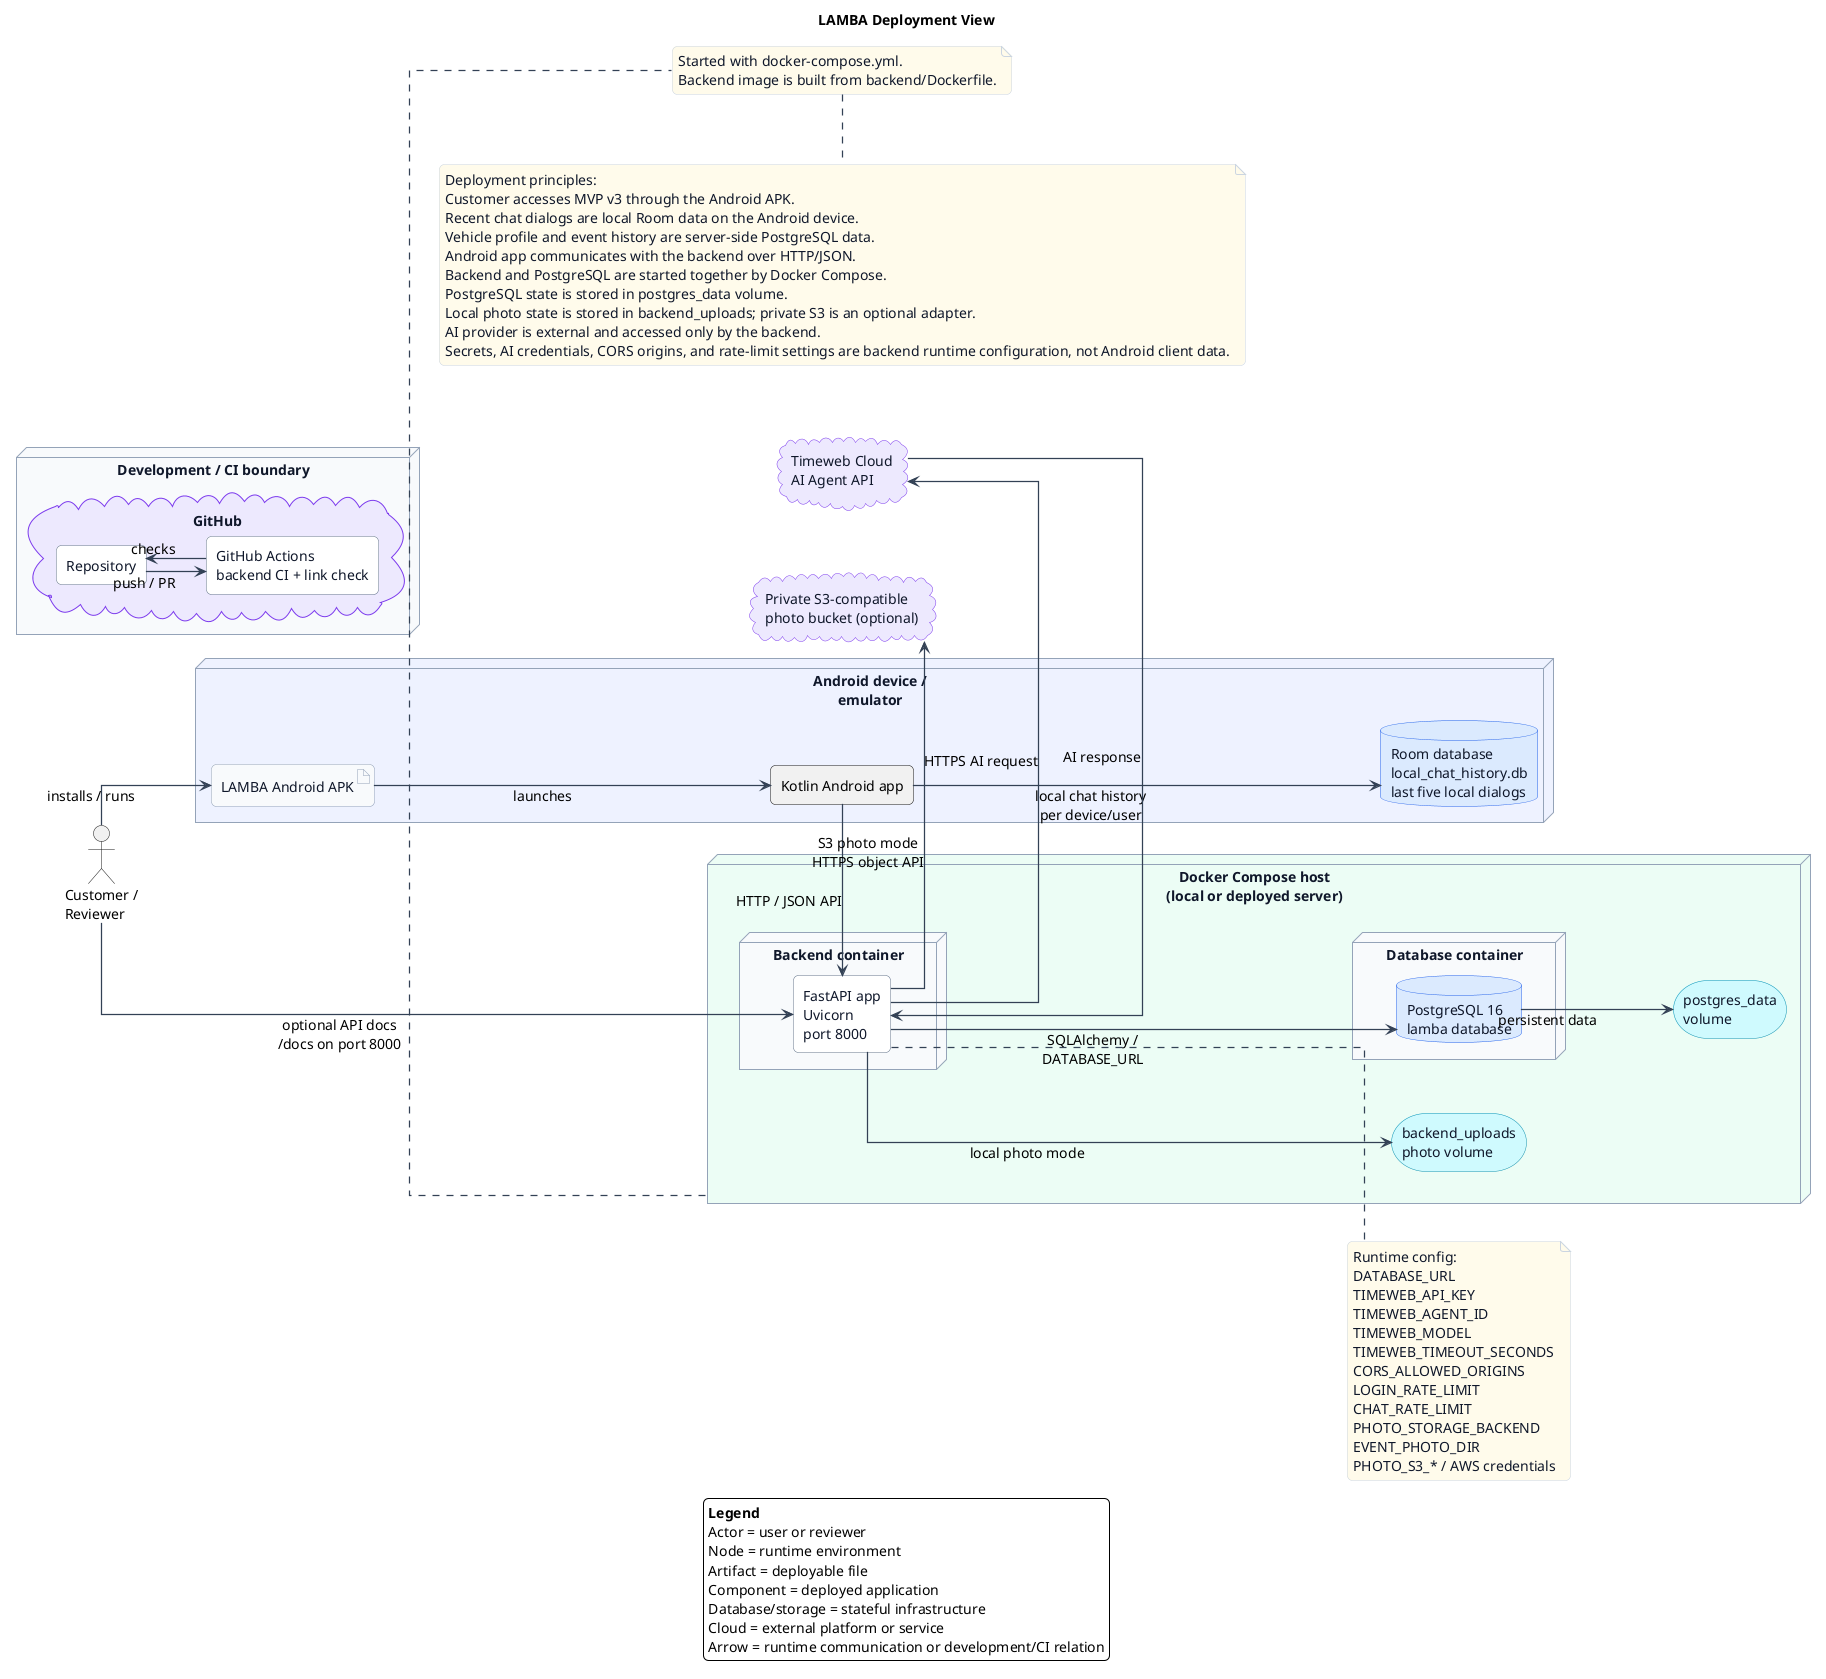
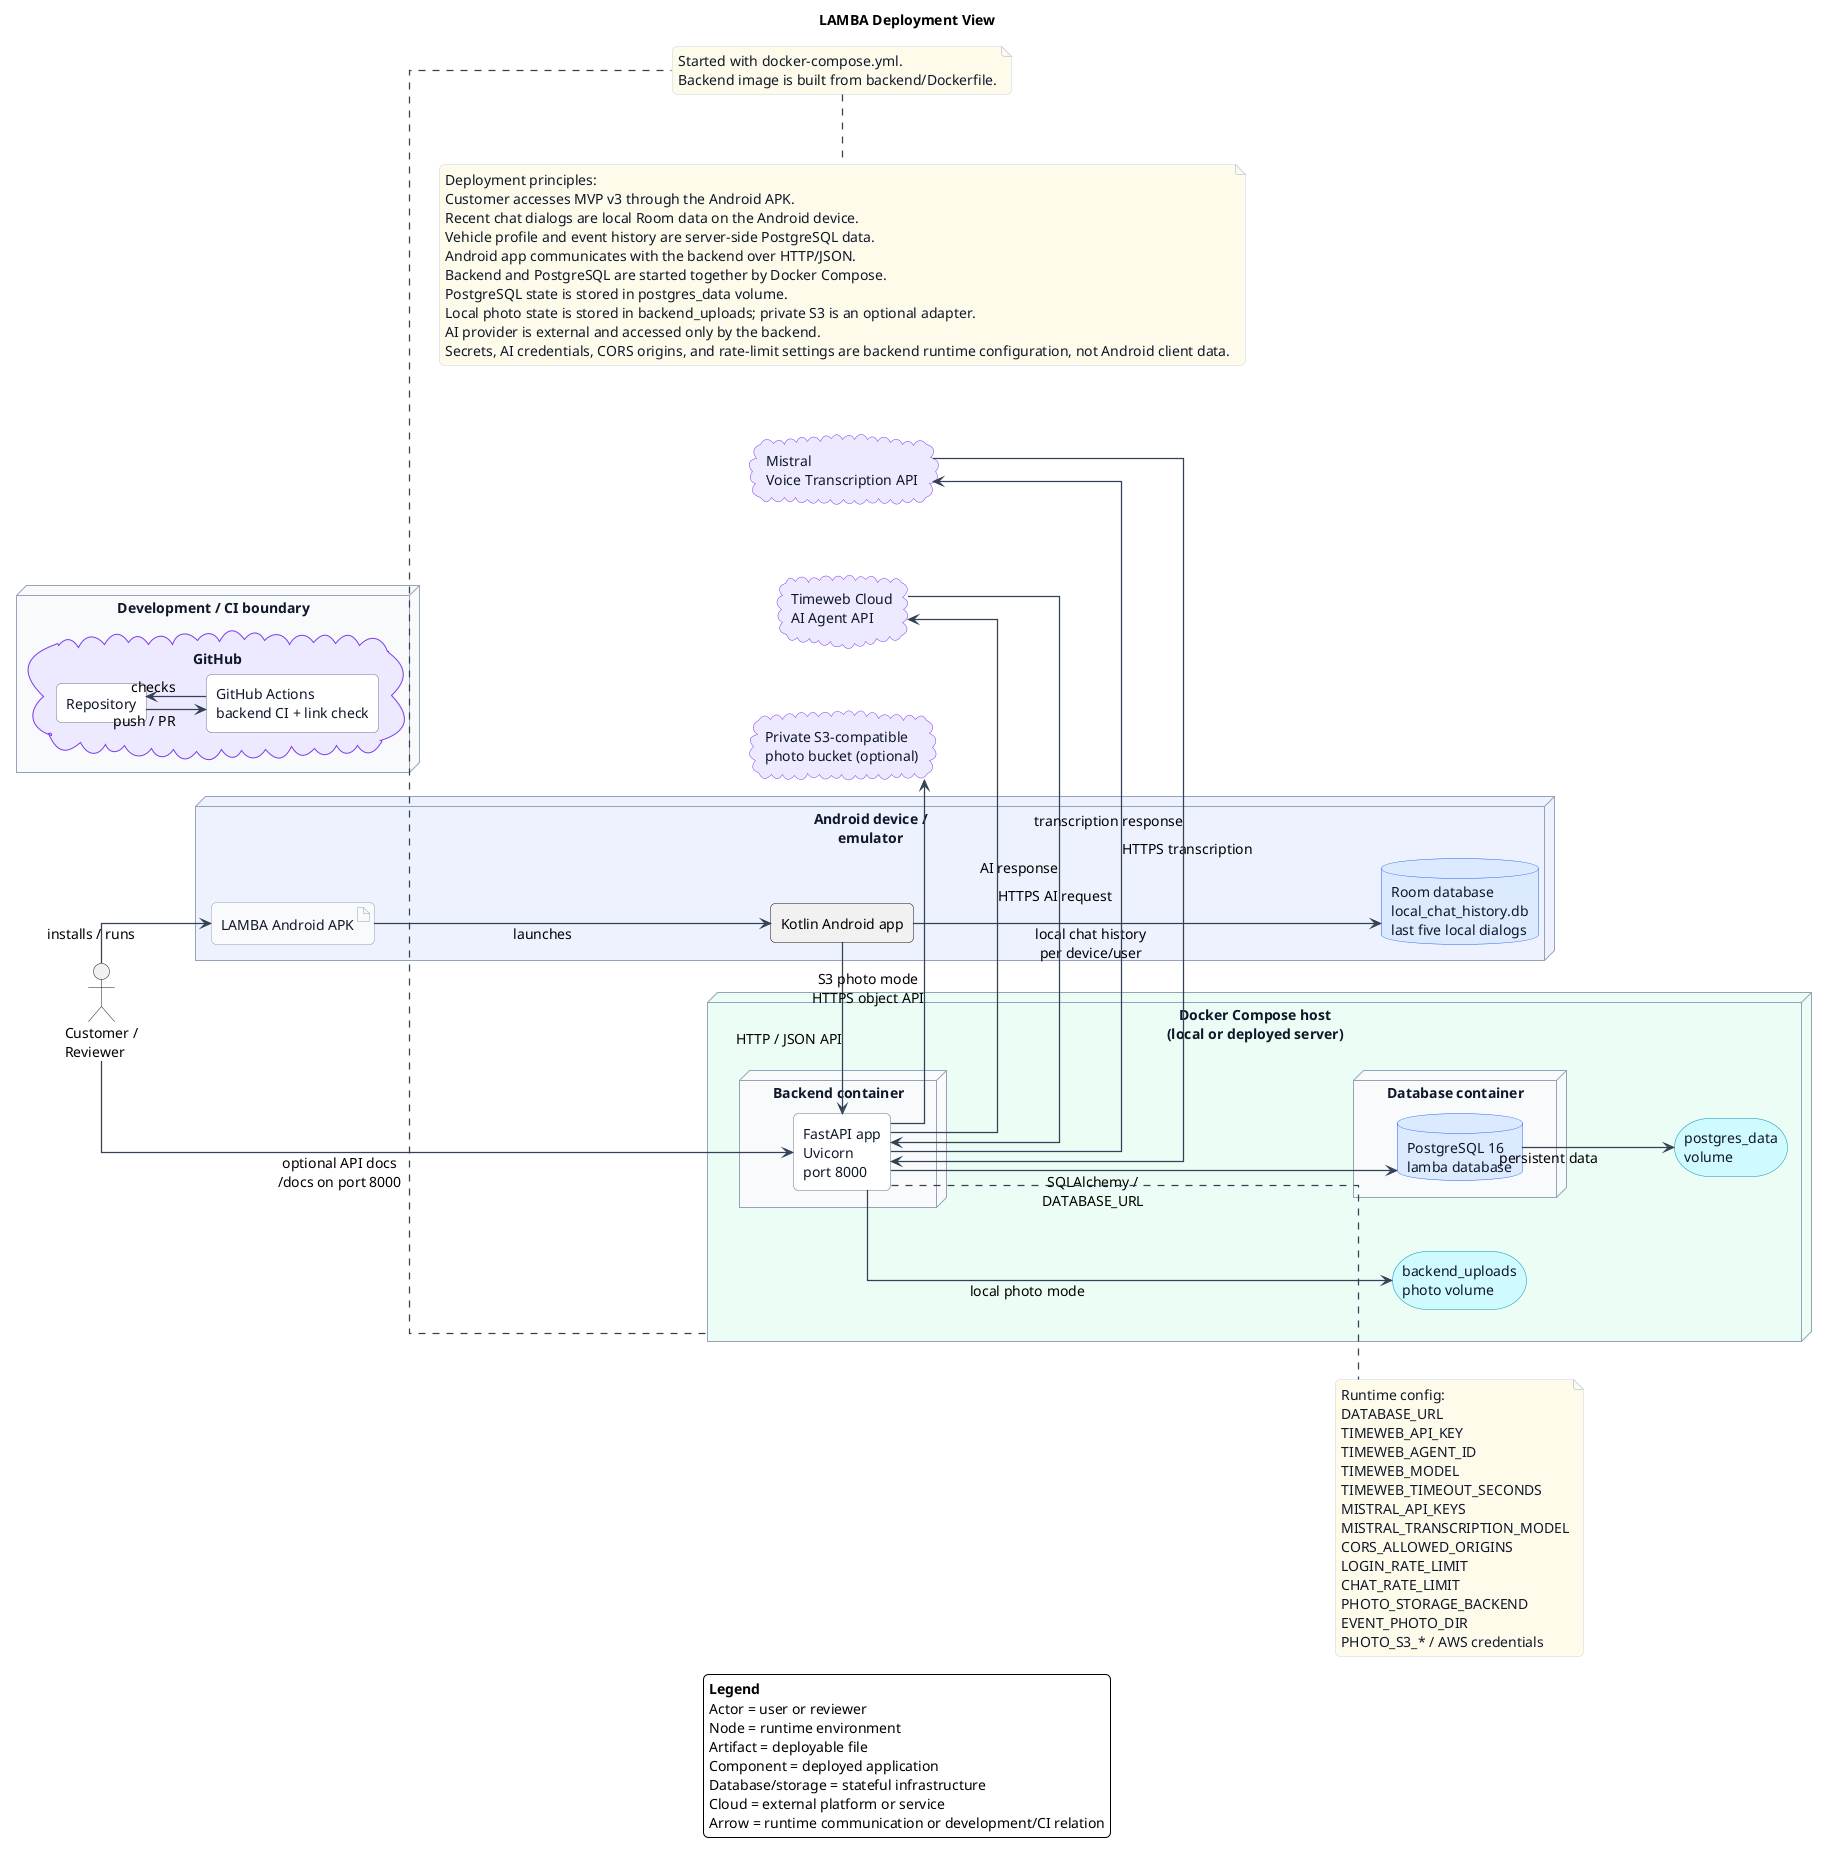
@startuml
title LAMBA Deployment View

left to right direction

skinparam shadowing false
skinparam backgroundColor #FFFFFF
skinparam defaultFontName Arial
skinparam defaultFontSize 14
skinparam componentStyle rectangle
skinparam linetype ortho
skinparam nodesep 70
skinparam ranksep 60
skinparam ArrowColor #334155
skinparam ArrowThickness 1.25
skinparam roundcorner 10

skinparam node {
  BorderColor #94A3B8
  BackgroundColor #F8FAFC
  FontColor #0F172A
}
skinparam database {
  BorderColor #2563EB
  BackgroundColor #DBEAFE
  FontColor #0F172A
}
skinparam cloud {
  BorderColor #7C3AED
  BackgroundColor #EDE9FE
  FontColor #0F172A
}
skinparam artifact {
  BorderColor #94A3B8
  BackgroundColor #F8FAFC
  FontColor #0F172A
}
skinparam component {
  BorderColor #64748B
  BackgroundColor #FFFFFF
  FontColor #0F172A
}
skinparam storage {
  BorderColor #0891B2
  BackgroundColor #CFFAFE
  FontColor #0F172A
}
skinparam note {
  BorderColor #CBD5E1
  BackgroundColor #FFFBEB
  FontColor #0F172A
}

actor "Customer /\nReviewer" as Reviewer

node "Android device /\nemulator" as AndroidNode #EEF2FF {
  artifact "LAMBA Android APK" as APK
  rectangle "Kotlin Android app" as AndroidApp
  database "Room database\nlocal_chat_history.db\nlast five local dialogs" as RoomDb
}

node "Docker Compose host\n(local or deployed server)" as Host #ECFDF5 {
  node "Backend container" as BackendContainer {
    component "FastAPI app\nUvicorn\nport 8000" as Backend
  }

  node "Database container" as DatabaseContainer {
    database "PostgreSQL 16\nlamba database" as Db
  }

  storage "postgres_data\nvolume" as Volume
  storage "backend_uploads\nphoto volume" as PhotoVolume
}

cloud "Timeweb Cloud\nAI Agent API" as Ai
+ cloud "Mistral\nVoice Transcription API" as Mistral
cloud "Private S3-compatible\nphoto bucket (optional)" as PhotoBucket

node "Development / CI boundary" as DevCi #F8FAFC {
  cloud "GitHub" as GitHub {
    component "Repository" as Repo
    component "GitHub Actions\nbackend CI + link check" as Ci
  }
}

Reviewer -down-> APK : installs / runs
APK -down-> AndroidApp : launches
AndroidApp -down-> RoomDb : local chat history\nper device/user
AndroidApp -right-> Backend : HTTP / JSON API
Reviewer -right-> Backend : optional API docs\n/docs on port 8000

Backend -down-> Db : SQLAlchemy /\nDATABASE_URL
Db -down-> Volume : persistent data
Backend -down-> PhotoVolume : local photo mode
Backend -right-> PhotoBucket : S3 photo mode\nHTTPS object API
Backend -right-> Ai : HTTPS AI request
+ Backend -right-> Mistral : HTTPS transcription
Ai -left-> Backend : AI response
+ Mistral -left-> Backend : transcription response

Repo -down-> Ci : push / PR
Ci -up-> Repo : checks

note right of Backend
Runtime config:
DATABASE_URL
TIMEWEB_API_KEY
TIMEWEB_AGENT_ID
TIMEWEB_MODEL
TIMEWEB_TIMEOUT_SECONDS
+ MISTRAL_API_KEYS
+ MISTRAL_TRANSCRIPTION_MODEL
CORS_ALLOWED_ORIGINS
LOGIN_RATE_LIMIT
CHAT_RATE_LIMIT
PHOTO_STORAGE_BACKEND
EVENT_PHOTO_DIR
PHOTO_S3_* / AWS credentials
end note

note bottom of Host
Started with docker-compose.yml.
Backend image is built from backend/Dockerfile.
end note

legend bottom
  <b>Legend</b>
  Actor = user or reviewer
  Node = runtime environment
  Artifact = deployable file
  Component = deployed application
  Database/storage = stateful infrastructure
  Cloud = external platform or service
  Arrow = runtime communication or development/CI relation
endlegend

note bottom
  Deployment principles:
  Customer accesses MVP v3 through the Android APK.
  Recent chat dialogs are local Room data on the Android device.
  Vehicle profile and event history are server-side PostgreSQL data.
  Android app communicates with the backend over HTTP/JSON.
  Backend and PostgreSQL are started together by Docker Compose.
  PostgreSQL state is stored in postgres_data volume.
  Local photo state is stored in backend_uploads; private S3 is an optional adapter.
  AI provider is external and accessed only by the backend.
  Secrets, AI credentials, CORS origins, and rate-limit settings are backend runtime configuration, not Android client data.
end note

@enduml
